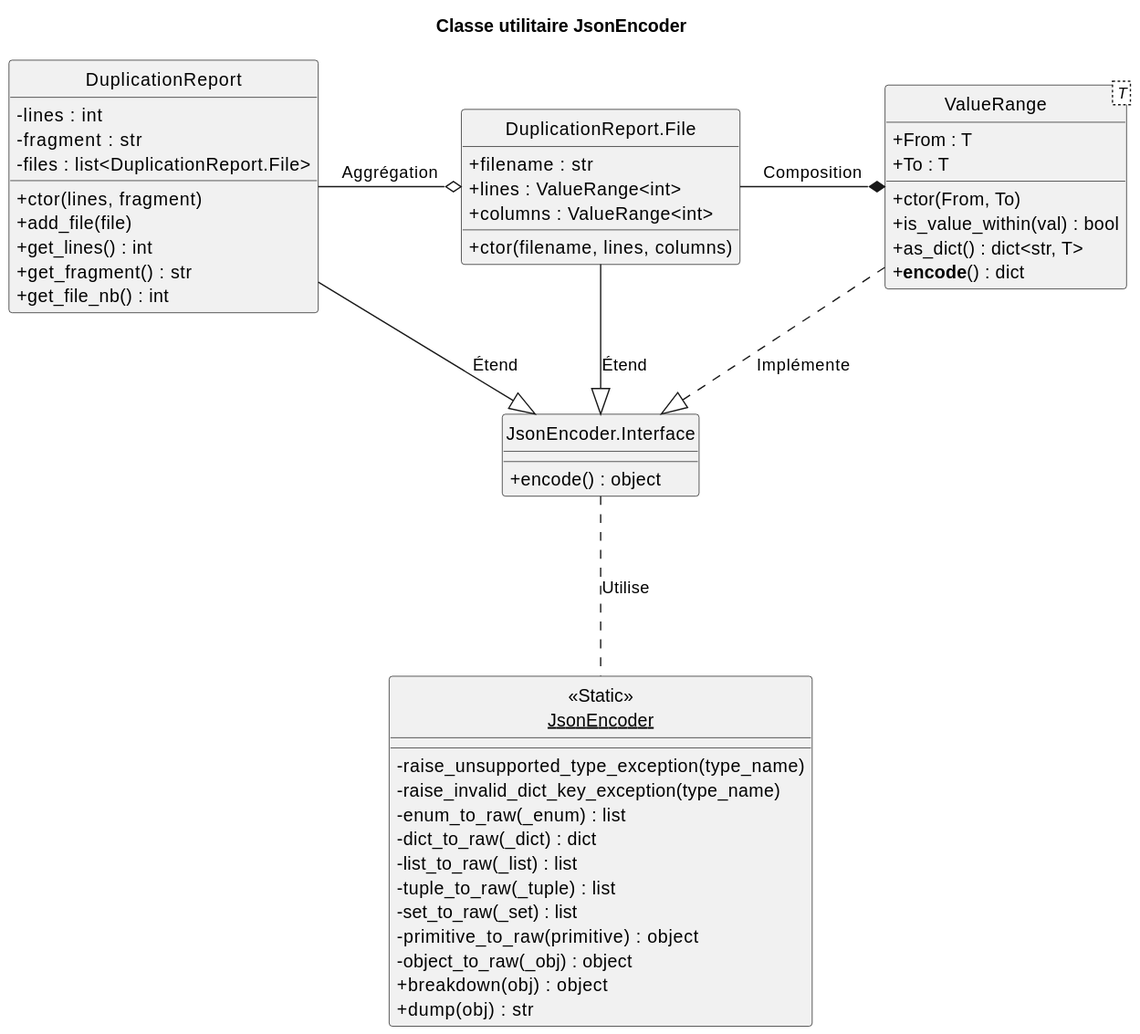
The PlantUML diagram doc/wiki/puml/duplication_json_encoder.svg in CAMaji/technical_debts, before a commit.
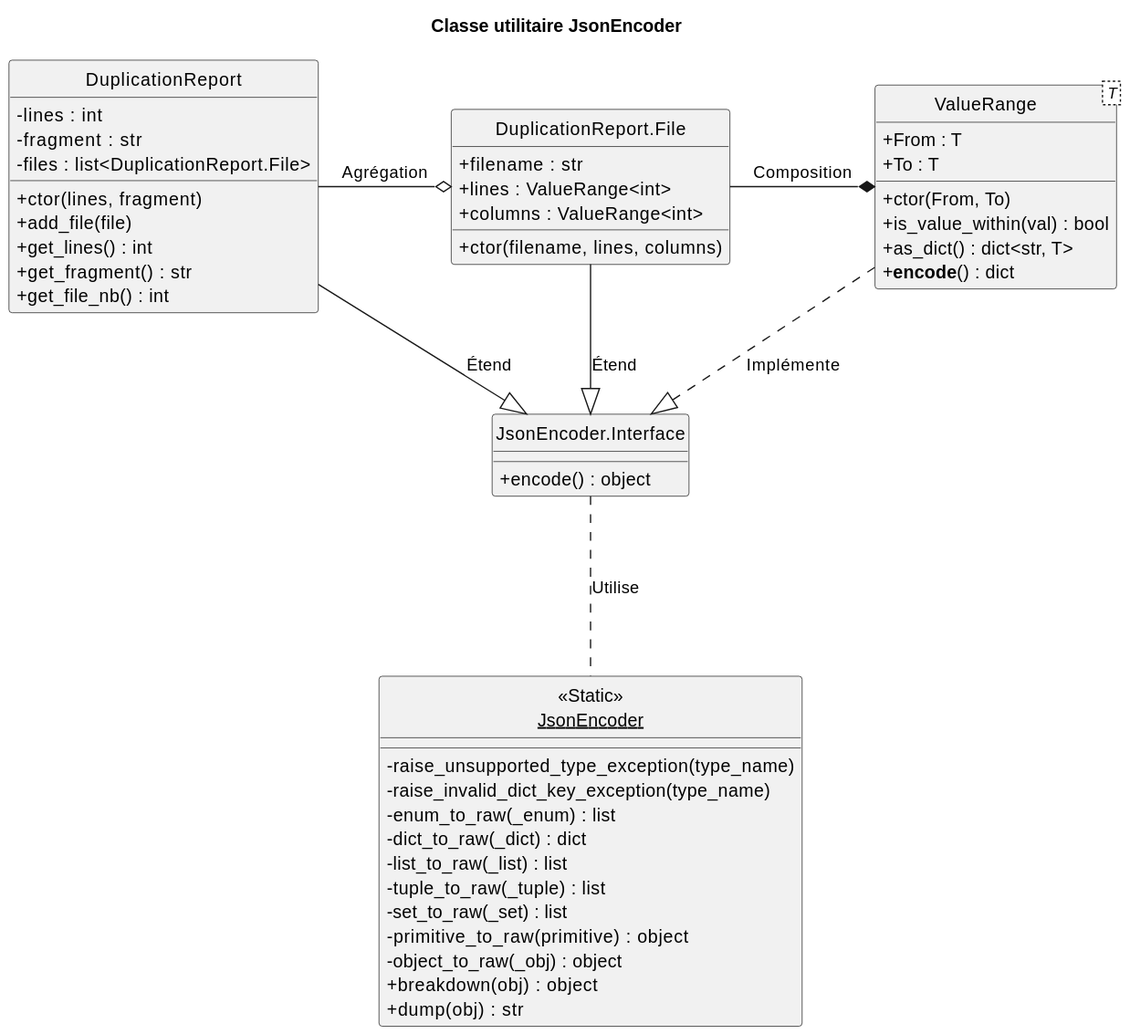
The same file after the commit.

Diff of the diagram source:
```diff
@@ -51,7 +51,7 @@
 DRFile --|> JEInterface : Étend
 DuplicationReport --|> JEInterface : Étend
 JEInterface ... JsonEncoder : Utilise
-DuplicationReport -right-o DRFile : Aggrégation
+DuplicationReport -right-o DRFile : Agrégation
 ValueRange ..|> JEInterface : Implémente
 DRFile -right-* ValueRange : Composition
 @enduml
```
